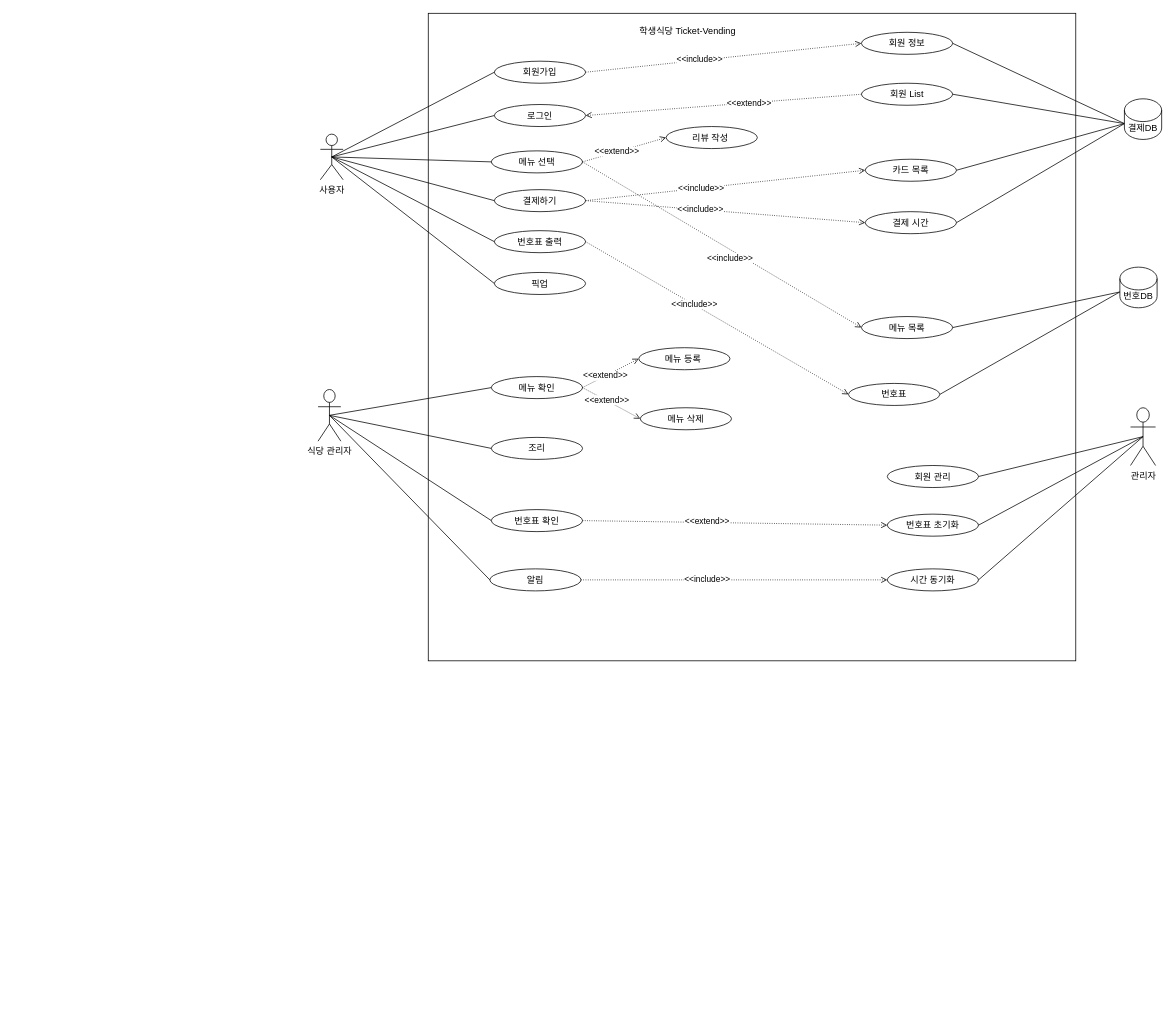
The draw.io diagram Student-cafeteria.drawio in four-idiots-team/student-cafteria-ticket-vending, before the edit. Source tidied: cells renumbered, new cells numbered last; positions are measured from the earlier drawing's top-left corner, leaving out a move shared by most shapes. Both pictures are drawn from the tidied source at 76%, with x=0, y=0 at pixel (318, 13).
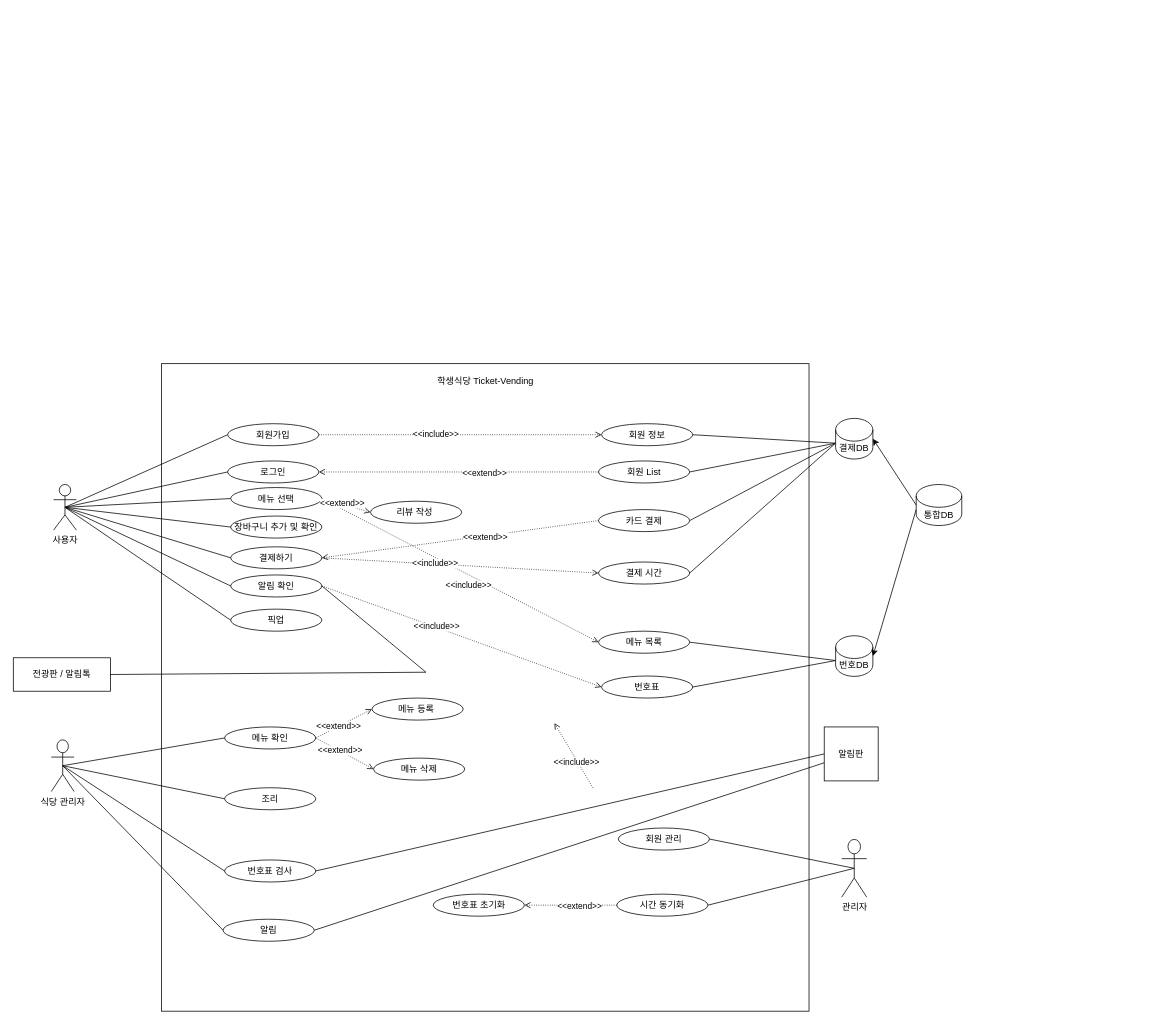
The same diagram, later.

What changed in the source:
```diff
@@
     <mxCell id="2" value="사용자" style="shape=umlActor;verticalLabelPosition=bottom;verticalAlign=top;html=1;outlineConnect=0;" parent="1" vertex="1">
-      <mxGeometry x="3" y="159" width="30" height="60" as="geometry" />
+      <mxGeometry x="-348" y="620" width="30" height="60" as="geometry" />
     </mxCell>
     <mxCell id="3" style="whiteSpace=wrap;html=1;" parent="1" vertex="1">
-      <mxGeometry x="145" width="852" height="852" as="geometry" />
+      <mxGeometry x="-206" y="461" width="852" height="852" as="geometry" />
     </mxCell>
     <mxCell id="4" value="로그인" style="ellipse;whiteSpace=wrap;html=1;" parent="1" vertex="1">
-      <mxGeometry x="232" y="120" width="120" height="29" as="geometry" />
+      <mxGeometry x="-119" y="589" width="120" height="29" as="geometry" />
     </mxCell>
@@
     <mxCell id="6" value="식당 관리자" style="shape=umlActor;verticalLabelPosition=bottom;verticalAlign=top;html=1;outlineConnect=0;" parent="1" vertex="1">
-      <mxGeometry y="495" width="30" height="68" as="geometry" />
+      <mxGeometry x="-351" y="956" width="30" height="68" as="geometry" />
     </mxCell>
     <mxCell id="7" value="관리자" style="shape=umlActor;verticalLabelPosition=bottom;verticalAlign=top;html=1;outlineConnect=0;" parent="1" vertex="1">
-      <mxGeometry x="1069" y="519" width="33" height="76" as="geometry" />
+      <mxGeometry x="689" y="1087" width="33" height="76" as="geometry" />
     </mxCell>
     <mxCell id="8" value="메뉴 선택" style="ellipse;whiteSpace=wrap;html=1;" parent="1" vertex="1">
-      <mxGeometry x="228" y="181" width="120" height="29" as="geometry" />
+      <mxGeometry x="-115" y="624" width="120" height="29" as="geometry" />
     </mxCell>
     <mxCell id="9" value="결제하기" style="ellipse;whiteSpace=wrap;html=1;" parent="1" vertex="1">
-      <mxGeometry x="232" y="232" width="120" height="29" as="geometry" />
+      <mxGeometry x="-115" y="702" width="120" height="29" as="geometry" />
     </mxCell>
     <mxCell id="10" value="회원가입" style="ellipse;whiteSpace=wrap;html=1;" parent="1" vertex="1">
-      <mxGeometry x="232" y="63" width="120" height="29" as="geometry" />
+      <mxGeometry x="-119" y="540" width="120" height="29" as="geometry" />
     </mxCell>
     <mxCell id="11" value="조리" style="ellipse;whiteSpace=wrap;html=1;" parent="1" vertex="1">
-      <mxGeometry x="228" y="558" width="120" height="29" as="geometry" />
+      <mxGeometry x="-123" y="1019" width="120" height="29" as="geometry" />
     </mxCell>
-    <mxCell id="12" value="번호표 확인" style="ellipse;whiteSpace=wrap;html=1;" parent="1" vertex="1">
-      <mxGeometry x="228" y="653" width="120" height="29" as="geometry" />
+    <mxCell id="12" value="번호표 검사" style="ellipse;whiteSpace=wrap;html=1;" parent="1" vertex="1">
+      <mxGeometry x="-123" y="1114" width="120" height="29" as="geometry" />
     </mxCell>
     <mxCell id="13" value="메뉴 확인" style="ellipse;whiteSpace=wrap;html=1;" parent="1" vertex="1">
-      <mxGeometry x="228" y="478" width="120" height="29" as="geometry" />
+      <mxGeometry x="-123" y="939" width="120" height="29" as="geometry" />
     </mxCell>
     <mxCell id="14" value="알림" style="ellipse;whiteSpace=wrap;html=1;" parent="1" vertex="1">
-      <mxGeometry x="226" y="731" width="120" height="29" as="geometry" />
+      <mxGeometry x="-125" y="1192" width="120" height="29" as="geometry" />
     </mxCell>
-    <mxCell id="15" value="번호표 출력" style="ellipse;whiteSpace=wrap;html=1;" parent="1" vertex="1">
-      <mxGeometry x="232" y="286" width="120" height="29" as="geometry" />
-    </mxCell>
-    <mxCell id="16" value="픽업" style="ellipse;whiteSpace=wrap;html=1;" parent="1" vertex="1">
-      <mxGeometry x="232" y="341" width="120" height="29" as="geometry" />
+    <mxCell id="16" value="알림 확인" style="ellipse;whiteSpace=wrap;html=1;" parent="1" vertex="1">
+      <mxGeometry x="-115" y="739" width="120" height="29" as="geometry" />
     </mxCell>
     <mxCell id="17" value="시간 동기화" style="ellipse;whiteSpace=wrap;html=1;" parent="1" vertex="1">
-      <mxGeometry x="749" y="731" width="120" height="29" as="geometry" />
+      <mxGeometry x="393" y="1159" width="120" height="29" as="geometry" />
     </mxCell>
     <mxCell id="18" value="번호표 초기화" style="ellipse;whiteSpace=wrap;html=1;" parent="1" vertex="1">
-      <mxGeometry x="749" y="659" width="120" height="29" as="geometry" />
+      <mxGeometry x="151.5" y="1159" width="120" height="29" as="geometry" />
     </mxCell>
     <mxCell id="19" value="회원 관리" style="ellipse;whiteSpace=wrap;html=1;" parent="1" vertex="1">
-      <mxGeometry x="749" y="595" width="120" height="29" as="geometry" />
+      <mxGeometry x="395" y="1072" width="120" height="29" as="geometry" />
     </mxCell>
     <mxCell id="20" value="회원 정보" style="ellipse;whiteSpace=wrap;html=1;" parent="1" vertex="1">
-      <mxGeometry x="715" y="25" width="120" height="29" as="geometry" />
+      <mxGeometry x="373" y="540" width="120" height="29" as="geometry" />
     </mxCell>
     <mxCell id="21" value="번호표" style="ellipse;whiteSpace=wrap;html=1;" parent="1" vertex="1">
-      <mxGeometry x="698" y="487" width="120" height="29" as="geometry" />
+      <mxGeometry x="373" y="872" width="120" height="29" as="geometry" />
     </mxCell>
     <mxCell id="22" value="결제 시간" style="ellipse;whiteSpace=wrap;html=1;" parent="1" vertex="1">
-      <mxGeometry x="720" y="261" width="120" height="29" as="geometry" />
+      <mxGeometry x="369" y="722" width="120" height="29" as="geometry" />
     </mxCell>
     <mxCell id="23" value="메뉴 목록" style="ellipse;whiteSpace=wrap;html=1;" parent="1" vertex="1">
-      <mxGeometry x="715" y="399" width="120" height="29" as="geometry" />
+      <mxGeometry x="369" y="813" width="120" height="29" as="geometry" />
     </mxCell>
-    <mxCell id="24" value="카드 목록" style="ellipse;whiteSpace=wrap;html=1;" parent="1" vertex="1">
-      <mxGeometry x="720" y="192" width="120" height="29" as="geometry" />
+    <mxCell id="24" value="카드 결제" style="ellipse;whiteSpace=wrap;html=1;" parent="1" vertex="1">
+      <mxGeometry x="369" y="653" width="120" height="29" as="geometry" />
     </mxCell>
     <mxCell id="25" value="회원 List" style="ellipse;whiteSpace=wrap;html=1;" parent="1" vertex="1">
-      <mxGeometry x="715" y="92" width="120" height="29" as="geometry" />
+      <mxGeometry x="369" y="589" width="120" height="29" as="geometry" />
     </mxCell>
     <mxCell id="26" value="학생식당 Ticket-Vending" style="text;html=1;align=center;verticalAlign=middle;whiteSpace=wrap;rounded=0;" parent="1" vertex="1">
-      <mxGeometry x="418" y="9" width="137" height="30" as="geometry" />
+      <mxGeometry x="151.5" y="469" width="137" height="30" as="geometry" />
     </mxCell>
-    <mxCell id="27" style="endArrow=none;html=1;rounded=0;exitX=0.5;exitY=0.5;exitDx=0;exitDy=0;exitPerimeter=0;entryX=0;entryY=0.5;entryDx=0;entryDy=0;" parent="1" edge="1" source="2" target="15">
-      <mxGeometry relative="1" as="geometry" />
-    </mxCell>
@@
     <mxCell id="43" value="결제DB" style="shape=cylinder3;whiteSpace=wrap;html=1;boundedLbl=1;backgroundOutline=1;size=15;" parent="1" vertex="1">
-      <mxGeometry x="1061" y="112.5" width="49" height="53.5" as="geometry" />
+      <mxGeometry x="681" y="533" width="49" height="53.5" as="geometry" />
     </mxCell>
-    <mxCell id="44" style="endArrow=open;html=1;rounded=0;dashed=1;dashPattern=1 2;endFill=0;exitX=1;exitY=0.5;exitDx=0;exitDy=0;entryX=0;entryY=0.5;entryDx=0;entryDy=0;" parent="1" edge="1" source="12" target="18">
-      <mxGeometry relative="1" as="geometry" />
-    </mxCell>
-    <mxCell id="45" value="&amp;lt;&amp;lt;extend&amp;gt;&amp;gt;" style="edgeLabel;html=1;align=center;verticalAlign=middle;" parent="44" vertex="1">
-      <mxGeometry x="-0.18" y="1" relative="1" as="geometry" />
-    </mxCell>
-    <mxCell id="46" style="endArrow=open;html=1;rounded=0;dashed=1;dashPattern=1 2;endFill=0;exitX=1;exitY=0.5;exitDx=0;exitDy=0;entryX=0;entryY=0.5;entryDx=0;entryDy=0;" parent="1" edge="1" source="9" target="24">
+    <mxCell id="46" style="endArrow=open;html=1;rounded=0;dashed=1;dashPattern=1 2;endFill=0;exitX=0;exitY=0.5;exitDx=0;exitDy=0;entryX=1;entryY=0.5;entryDx=0;entryDy=0;" parent="1" edge="1" source="24" target="9">
       <mxGeometry relative="1" as="geometry" />
     </mxCell>
-    <mxCell id="47" value="&amp;lt;&amp;lt;include&amp;gt;&amp;gt;" style="edgeLabel;html=1;align=center;verticalAlign=middle;" parent="46" vertex="1">
+    <mxCell id="47" value="&amp;lt;&amp;lt;extend&amp;gt;&amp;gt;" style="edgeLabel;html=1;align=center;verticalAlign=middle;" parent="46" vertex="1">
       <mxGeometry x="-0.18" y="1" relative="1" as="geometry" />
     </mxCell>
@@
-    <mxCell id="50" style="endArrow=none;html=1;rounded=0;exitX=0.5;exitY=0.5;exitDx=0;exitDy=0;exitPerimeter=0;entryX=1;entryY=0.5;entryDx=0;entryDy=0;" parent="1" edge="1" source="7" target="18">
-      <mxGeometry relative="1" as="geometry" />
-    </mxCell>
@@
-    <mxCell id="55" style="endArrow=open;html=1;rounded=0;dashed=1;dashPattern=1 2;endFill=0;exitX=1;exitY=0.5;exitDx=0;exitDy=0;entryX=0;entryY=0.5;entryDx=0;entryDy=0;" parent="1" edge="1" source="15" target="21">
-      <mxGeometry relative="1" as="geometry" />
-    </mxCell>
-    <mxCell id="56" value="&amp;lt;&amp;lt;include&amp;gt;&amp;gt;" style="edgeLabel;html=1;align=center;verticalAlign=middle;" parent="55" vertex="1">
-      <mxGeometry x="-0.18" y="1" relative="1" as="geometry" />
-    </mxCell>
-    <mxCell id="57" style="endArrow=open;html=1;rounded=0;dashed=1;dashPattern=1 2;endFill=0;exitX=1;exitY=0.5;exitDx=0;exitDy=0;entryX=0;entryY=0.5;entryDx=0;entryDy=0;" parent="1" edge="1" source="14" target="17">
-      <mxGeometry relative="1" as="geometry" />
+    <mxCell id="57" style="endArrow=open;html=1;rounded=0;dashed=1;dashPattern=1 2;endFill=0;entryX=0;entryY=0.5;entryDx=0;entryDy=0;" parent="1" edge="1">
+      <mxGeometry relative="1" as="geometry">
+        <mxPoint x="361.6" y="1019" as="sourcePoint" />
+        <mxPoint x="311" y="934" as="targetPoint" />
+      </mxGeometry>
     </mxCell>
@@
     <mxCell id="63" value="번호DB" style="shape=cylinder3;whiteSpace=wrap;html=1;boundedLbl=1;backgroundOutline=1;size=15;" parent="1" vertex="1">
-      <mxGeometry x="1055" y="334" width="49" height="53.5" as="geometry" />
+      <mxGeometry x="681" y="819" width="49" height="53.5" as="geometry" />
     </mxCell>
+    <mxCell id="75" value="통합DB" style="shape=cylinder3;whiteSpace=wrap;html=1;boundedLbl=1;backgroundOutline=1;size=15;" parent="1" vertex="1">
+      <mxGeometry x="787" y="620" width="60" height="54" as="geometry" />
+    </mxCell>
@@
     <mxCell id="65" value="메뉴 등록&amp;nbsp;" style="ellipse;whiteSpace=wrap;html=1;" parent="1" vertex="1">
-      <mxGeometry x="422" y="440" width="120" height="29" as="geometry" />
+      <mxGeometry x="71" y="901" width="120" height="29" as="geometry" />
     </mxCell>
     <mxCell id="66" value="메뉴 삭제" style="ellipse;whiteSpace=wrap;html=1;" parent="1" vertex="1">
-      <mxGeometry x="424" y="519" width="120" height="29" as="geometry" />
+      <mxGeometry x="73" y="980" width="120" height="29" as="geometry" />
     </mxCell>
+    <mxCell id="76" value="전광판 / 알림톡" style="rounded=0;whiteSpace=wrap;html=1;" parent="1" vertex="1">
+      <mxGeometry x="-401" y="848" width="128" height="44" as="geometry" />
+    </mxCell>
@@
+    <mxCell id="77" value="픽업" style="ellipse;whiteSpace=wrap;html=1;" parent="1" vertex="1">
+      <mxGeometry x="-115" y="784" width="120" height="29" as="geometry" />
+    </mxCell>
     <mxCell id="68" value="리뷰 작성&amp;nbsp;" style="ellipse;whiteSpace=wrap;html=1;" parent="1" vertex="1">
-      <mxGeometry x="458" y="149" width="120" height="29" as="geometry" />
+      <mxGeometry x="69" y="642" width="120" height="29" as="geometry" />
     </mxCell>
+    <mxCell id="78" style="endArrow=none;html=1;rounded=0;exitX=0.5;exitY=0.5;exitDx=0;exitDy=0;exitPerimeter=0;entryX=0;entryY=0.5;entryDx=0;entryDy=0;" parent="1" edge="1" source="2" target="77">
+      <mxGeometry relative="1" as="geometry" />
+    </mxCell>
@@
+    <mxCell id="79" value="알림판" style="whiteSpace=wrap;html=1;" parent="1" vertex="1">
+      <mxGeometry x="666" y="939" width="71" height="71" as="geometry" />
+    </mxCell>
+    <mxCell id="80" style="endArrow=classic;html=1;rounded=0;entryX=1;entryY=0.5;entryDx=0;entryDy=0;entryPerimeter=0;exitX=0;exitY=0.5;exitDx=0;exitDy=0;exitPerimeter=0;" parent="1" edge="1" source="75" target="43">
+      <mxGeometry relative="1" as="geometry" />
+    </mxCell>
+    <mxCell id="81" style="endArrow=classic;html=1;rounded=0;exitX=0;exitY=0;exitDx=0;exitDy=33;exitPerimeter=0;entryX=1;entryY=0.5;entryDx=0;entryDy=0;entryPerimeter=0;" parent="1" edge="1" source="75" target="63">
+      <mxGeometry relative="1" as="geometry" />
+    </mxCell>
+    <mxCell id="82" style="endArrow=none;html=1;rounded=0;entryX=1;entryY=0.5;entryDx=0;entryDy=0;exitX=1;exitY=0.5;exitDx=0;exitDy=0;" parent="1" edge="1" source="76" target="16">
+      <mxGeometry relative="1" as="geometry">
+        <Array as="points">
+          <mxPoint x="142" y="867" />
+        </Array>
+      </mxGeometry>
+    </mxCell>
+    <mxCell id="83" style="endArrow=none;html=1;rounded=0;exitX=1;exitY=0.5;exitDx=0;exitDy=0;entryX=0;entryY=0.5;entryDx=0;entryDy=0;" parent="1" edge="1" source="12" target="79">
+      <mxGeometry relative="1" as="geometry" />
+    </mxCell>
+    <mxCell id="84" style="endArrow=none;html=1;rounded=0;exitX=1;exitY=0.5;exitDx=0;exitDy=0;" parent="1" edge="1" source="14" target="79">
+      <mxGeometry relative="1" as="geometry" />
+    </mxCell>
+    <mxCell id="85" style="endArrow=open;html=1;rounded=0;dashed=1;dashPattern=1 2;endFill=0;exitX=0;exitY=0.5;exitDx=0;exitDy=0;entryX=1;entryY=0.5;entryDx=0;entryDy=0;" parent="1" edge="1" source="17" target="18">
+      <mxGeometry relative="1" as="geometry" />
+    </mxCell>
+    <mxCell id="45" value="&amp;lt;&amp;lt;extend&amp;gt;&amp;gt;" style="edgeLabel;html=1;align=center;verticalAlign=middle;" parent="85" vertex="1">
+      <mxGeometry x="-0.18" y="1" relative="1" as="geometry" />
+    </mxCell>
+    <mxCell id="86" style="endArrow=open;html=1;rounded=0;dashed=1;dashPattern=1 2;endFill=0;exitX=1;exitY=0.5;exitDx=0;exitDy=0;entryX=0;entryY=0.5;entryDx=0;entryDy=0;" parent="1" edge="1" source="16" target="21">
+      <mxGeometry relative="1" as="geometry" />
+    </mxCell>
+    <mxCell id="56" value="&amp;lt;&amp;lt;include&amp;gt;&amp;gt;" style="edgeLabel;html=1;align=center;verticalAlign=middle;" parent="86" vertex="1">
+      <mxGeometry x="-0.18" y="1" relative="1" as="geometry" />
+    </mxCell>
+    <mxCell id="87" value="장바구니 추가 및 확인" style="ellipse;whiteSpace=wrap;html=1;" parent="1" vertex="1">
+      <mxGeometry x="-115" y="661.5" width="120" height="29" as="geometry" />
+    </mxCell>
+    <mxCell id="88" style="endArrow=none;html=1;rounded=0;exitX=0.5;exitY=0.5;exitDx=0;exitDy=0;exitPerimeter=0;entryX=0;entryY=0.5;entryDx=0;entryDy=0;" parent="1" edge="1" source="2" target="87">
+      <mxGeometry relative="1" as="geometry" />
+    </mxCell>
```
